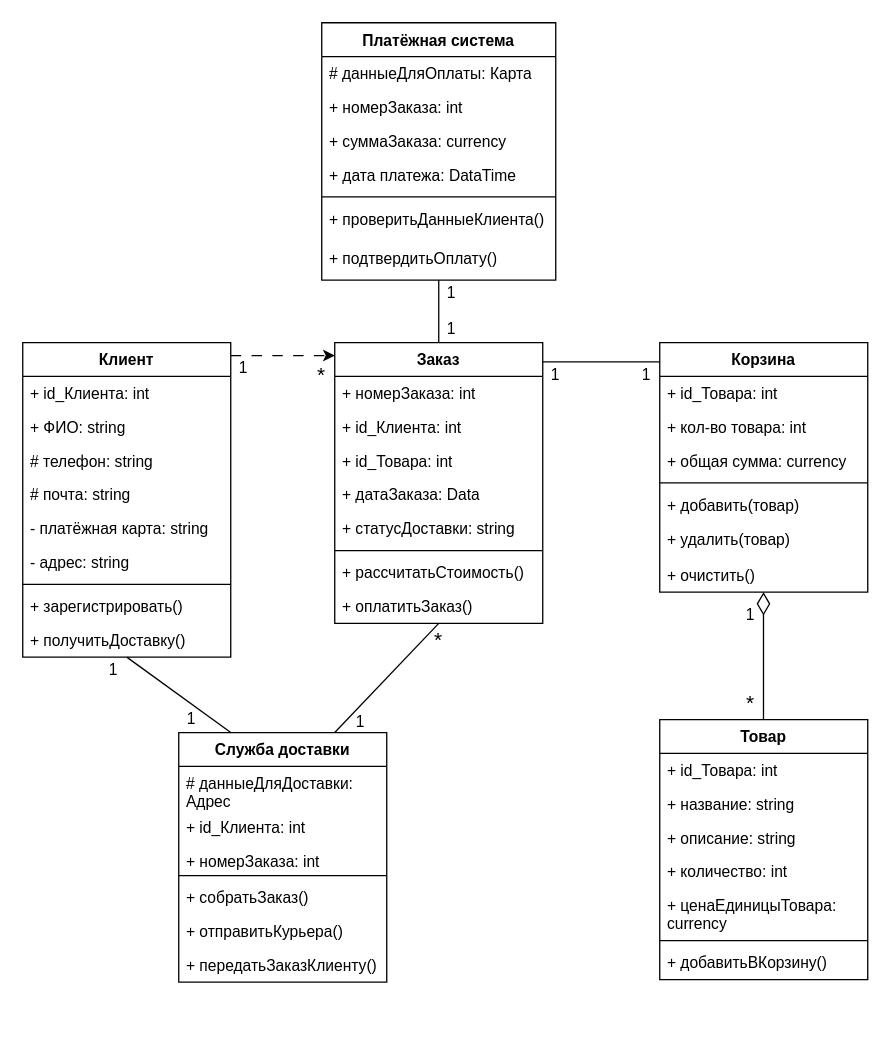
Before: page "Классов" (5 of 8) of Все диаграммы.drawio in AnnaOtchina/AnnaKyrsach, a draw.io diagram. Source tidied: cells renumbered, new cells numbered last; positions are measured from the earlier drawing's top-left corner, leaving out a move shared by most shapes. Both pictures are drawn from the tidied source at 130%, with x=0, y=0 at pixel (22, 22).
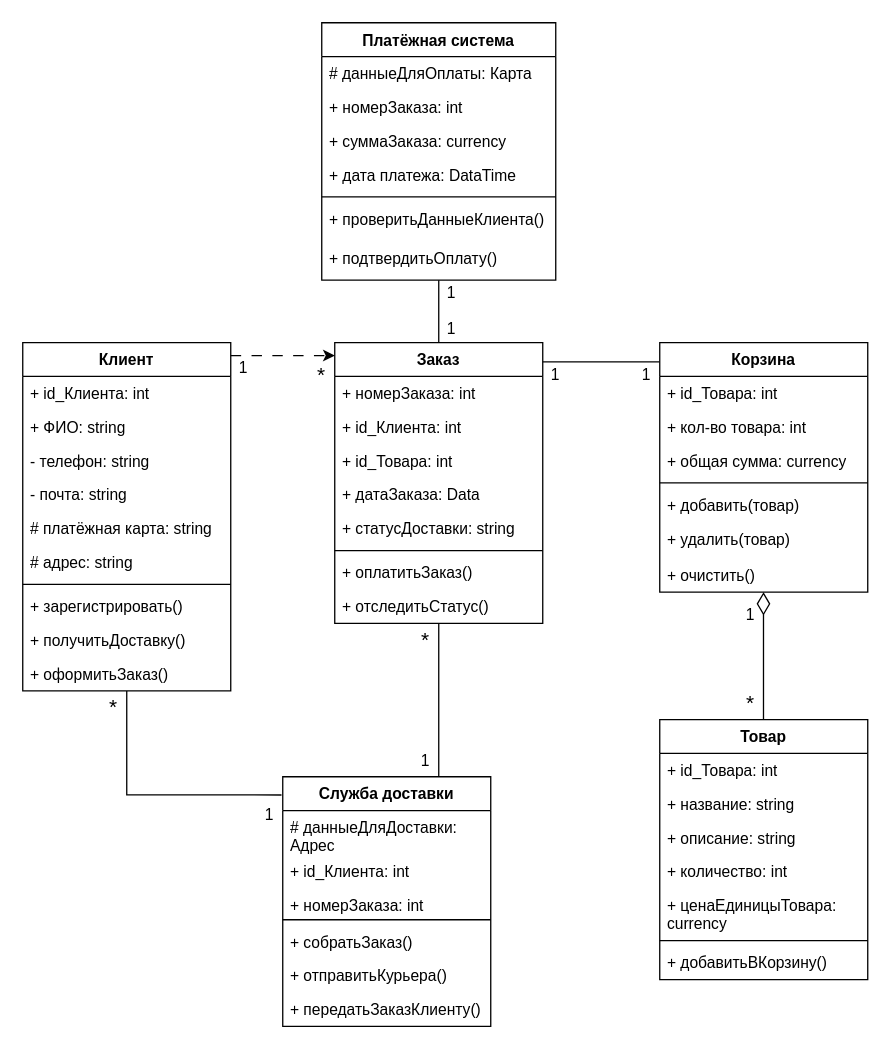
After the change.

The change refers to these unchanged cells:
```xml
<mxCell id="12" value="Заказ" style="swimlane;fontStyle=1;align=center;verticalAlign=top;horizontal=1;startSize=26;whiteSpace=wrap;html=1;" parent="1" vertex="1">
  <mxGeometry x="240" y="246" width="160" height="216" as="geometry" />
</mxCell>
```

Diff of the diagram source:
```diff
@@
     <mxCell id="2" value="Клиент" style="swimlane;fontStyle=1;align=center;verticalAlign=top;horizontal=1;startSize=26;whiteSpace=wrap;html=1;" parent="1" vertex="1">
-      <mxGeometry y="246" width="160" height="242" as="geometry" />
+      <mxGeometry y="246" width="160" height="268" as="geometry" />
     </mxCell>
@@
-    <mxCell id="5" value="# телефон: string" style="text;strokeColor=none;fillColor=none;align=left;verticalAlign=top;spacingLeft=4;spacingRight=4;overflow=hidden;whiteSpace=wrap;html=1;" parent="2" vertex="1">
+    <mxCell id="5" value="- телефон: string" style="text;strokeColor=none;fillColor=none;align=left;verticalAlign=top;spacingLeft=4;spacingRight=4;overflow=hidden;whiteSpace=wrap;html=1;" parent="2" vertex="1">
       <mxGeometry y="78" width="160" height="26" as="geometry" />
     </mxCell>
-    <mxCell id="6" value="# почта: string" style="text;strokeColor=none;fillColor=none;align=left;verticalAlign=top;spacingLeft=4;spacingRight=4;overflow=hidden;whiteSpace=wrap;html=1;" parent="2" vertex="1">
+    <mxCell id="6" value="- почта: string" style="text;strokeColor=none;fillColor=none;align=left;verticalAlign=top;spacingLeft=4;spacingRight=4;overflow=hidden;whiteSpace=wrap;html=1;" parent="2" vertex="1">
       <mxGeometry y="104" width="160" height="26" as="geometry" />
     </mxCell>
-    <mxCell id="7" value="- платёжная карта: string" style="text;strokeColor=none;fillColor=none;align=left;verticalAlign=top;spacingLeft=4;spacingRight=4;overflow=hidden;whiteSpace=wrap;html=1;" parent="2" vertex="1">
+    <mxCell id="7" value="# платёжная карта: string" style="text;strokeColor=none;fillColor=none;align=left;verticalAlign=top;spacingLeft=4;spacingRight=4;overflow=hidden;whiteSpace=wrap;html=1;" parent="2" vertex="1">
       <mxGeometry y="130" width="160" height="26" as="geometry" />
     </mxCell>
-    <mxCell id="8" value="- адрес: string" style="text;strokeColor=none;fillColor=none;align=left;verticalAlign=top;spacingLeft=4;spacingRight=4;overflow=hidden;whiteSpace=wrap;html=1;" parent="2" vertex="1">
+    <mxCell id="8" value="# адрес: string" style="text;strokeColor=none;fillColor=none;align=left;verticalAlign=top;spacingLeft=4;spacingRight=4;overflow=hidden;whiteSpace=wrap;html=1;" parent="2" vertex="1">
       <mxGeometry y="156" width="160" height="26" as="geometry" />
     </mxCell>
@@
+    <mxCell id="71" value="+ оформитьЗаказ()" style="text;strokeColor=none;fillColor=none;align=left;verticalAlign=top;spacingLeft=4;spacingRight=4;overflow=hidden;whiteSpace=wrap;html=1;" parent="2" vertex="1">
+      <mxGeometry y="242" width="160" height="26" as="geometry" />
+    </mxCell>
@@
-    <mxCell id="19" value="+ рассчитатьСтоимость()" style="text;strokeColor=none;fillColor=none;align=left;verticalAlign=top;spacingLeft=4;spacingRight=4;overflow=hidden;whiteSpace=wrap;html=1;" parent="12" vertex="1">
-      <mxGeometry y="164" width="160" height="26" as="geometry" />
-    </mxCell>
     <mxCell id="20" value="+ оплатитьЗаказ()" style="text;strokeColor=none;fillColor=none;align=left;verticalAlign=top;spacingLeft=4;spacingRight=4;overflow=hidden;whiteSpace=wrap;html=1;" parent="12" vertex="1">
-      <mxGeometry y="190" width="160" height="26" as="geometry" />
+      <mxGeometry y="164" width="160" height="26" as="geometry" />
     </mxCell>
+    <mxCell id="72" value="+ отследитьСтатус()" style="text;strokeColor=none;fillColor=none;align=left;verticalAlign=top;spacingLeft=4;spacingRight=4;overflow=hidden;whiteSpace=wrap;html=1;" parent="12" vertex="1">
+      <mxGeometry y="190" width="160" height="26" as="geometry" />
+    </mxCell>
@@
-    <mxCell id="48" style="rounded=0;jettySize=auto;html=1;exitX=0.25;exitY=0;exitDx=0;exitDy=0;entryX=0.5;entryY=1;entryDx=0;entryDy=0;endArrow=none;endFill=0;" parent="1" edge="1" source="49" target="2">
+    <mxCell id="48" style="rounded=0;jettySize=auto;html=1;exitX=-0.006;exitY=0.073;exitDx=0;exitDy=0;entryX=0.5;entryY=1;entryDx=0;entryDy=0;endArrow=none;endFill=0;exitPerimeter=0;edgeStyle=orthogonalEdgeStyle;" parent="1" edge="1" source="49" target="2">
       <mxGeometry relative="1" as="geometry" />
     </mxCell>
     <mxCell id="49" value="Служба доставки" style="swimlane;fontStyle=1;align=center;verticalAlign=top;horizontal=1;startSize=26;whiteSpace=wrap;html=1;" parent="1" vertex="1">
-      <mxGeometry x="120" y="546" width="160" height="192" as="geometry" />
+      <mxGeometry x="200" y="580" width="160" height="192" as="geometry" />
     </mxCell>
@@
     <mxCell id="59" value="1" style="text;html=1;whiteSpace=wrap;strokeColor=none;fillColor=none;align=center;verticalAlign=middle;rounded=0;" parent="1" vertex="1">
-      <mxGeometry x="250" y="526" width="20" height="24" as="geometry" />
+      <mxGeometry x="300" y="556" width="20" height="24" as="geometry" />
     </mxCell>
@@
     <mxCell id="64" value="&lt;font&gt;*&lt;/font&gt;" style="text;html=1;whiteSpace=wrap;strokeColor=none;fillColor=none;align=center;verticalAlign=middle;rounded=0;fontSize=16;" parent="1" vertex="1">
-      <mxGeometry x="310" y="462" width="20" height="25" as="geometry" />
+      <mxGeometry x="300" y="462" width="20" height="25" as="geometry" />
     </mxCell>
@@
-    <mxCell id="69" value="1" style="text;html=1;whiteSpace=wrap;strokeColor=none;fillColor=none;align=center;verticalAlign=middle;rounded=0;" parent="1" vertex="1">
-      <mxGeometry x="60" y="488" width="20" height="20" as="geometry" />
+    <mxCell id="69" value="*" style="text;html=1;whiteSpace=wrap;strokeColor=none;fillColor=none;align=center;verticalAlign=middle;rounded=0;fontSize=16;" parent="1" vertex="1">
+      <mxGeometry x="60" y="516" width="20" height="20" as="geometry" />
     </mxCell>
     <mxCell id="70" value="1" style="text;html=1;whiteSpace=wrap;strokeColor=none;fillColor=none;align=center;verticalAlign=middle;rounded=0;" parent="1" vertex="1">
-      <mxGeometry x="120" y="526" width="20" height="20" as="geometry" />
+      <mxGeometry x="180" y="600" width="20" height="20" as="geometry" />
     </mxCell>
```
